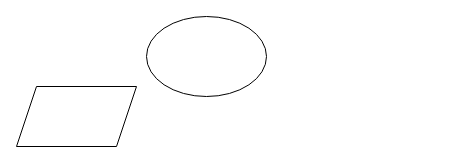
Above: page "Exemplo ELB-3" (3 of 3) of ElasticLoadBalance/ArquiteturaELB.drawio in ferhmdiogo/arquiteturasaws (draw.io), before the change. Source tidied: cells renumbered, new cells numbered last; positions are measured from the earlier drawing's top-left corner, leaving out a move shared by most shapes. Both pictures are drawn from the tidied source at 100%, with x=0, y=0 at pixel (16, 16).
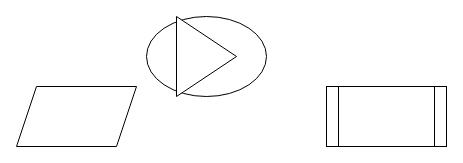
Above is the later version.

Commit message:
Alteração de Desenho

Diff of the diagram source:
```diff
@@
 <mxGraphModel>
   <root>
     <mxCell id="0" />
     <mxCell id="1" parent="0" />
     <mxCell id="2" style="ellipse;whiteSpace=wrap;html=1;" parent="1" vertex="1">
       <mxGeometry x="130" width="120" height="80" as="geometry" />
     </mxCell>
     <mxCell id="3" style="shape=parallelogram;perimeter=parallelogramPerimeter;whiteSpace=wrap;html=1;fixedSize=1;" parent="1" vertex="1">
       <mxGeometry y="70" width="120" height="60" as="geometry" />
     </mxCell>
+    <mxCell id="4" style="shape=process;whiteSpace=wrap;html=1;backgroundOutline=1;" parent="1" vertex="1">
+      <mxGeometry x="310" y="70" width="120" height="60" as="geometry" />
+    </mxCell>
+    <mxCell id="5" style="triangle;whiteSpace=wrap;html=1;" parent="1" vertex="1">
+      <mxGeometry x="160" width="60" height="80" as="geometry" />
+    </mxCell>
   </root>
 </mxGraphModel>
```
